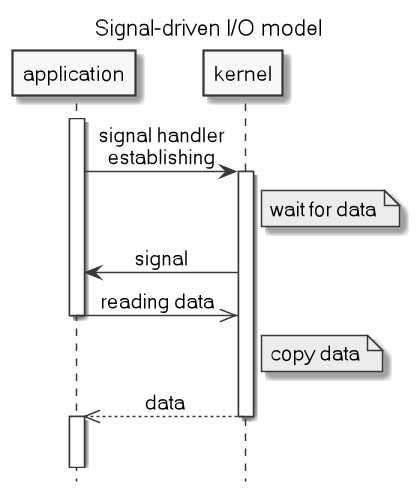
Earlier version of the PlantUML export .images/signal_driven_IO_model.png (c0p4c4b4n4/demo-sockets-io-nio-nio2).
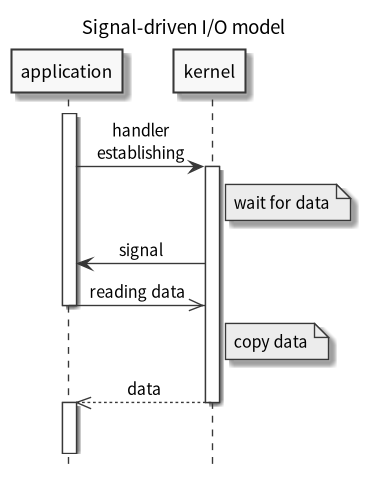
Above is the later version.

Change to the diagram source:
```diff
@@ -1,14 +1,14 @@
 @startuml
 title Signal-driven I/O model
-scale 1.2
+scale 1.1
 hide footbox
 skinparam monochrome true
-skinparam defaultFontName Microsoft Sans Serif
+skinparam defaultFontName Source Sans Pro
 skinparam titleFontSize 15
 skinparam sequenceMessageAlign center
 activate application
 
-application->kernel: signal handler\nestablishing
+application->kernel: handler\nestablishing
 activate kernel
 Note right of kernel: wait for data
 kernel->application: signal
@@ -19,6 +19,6 @@
 deactivate kernel
 activate application
 
-||11||
+||14||
 kernel -[#white]->]
 @enduml
```
